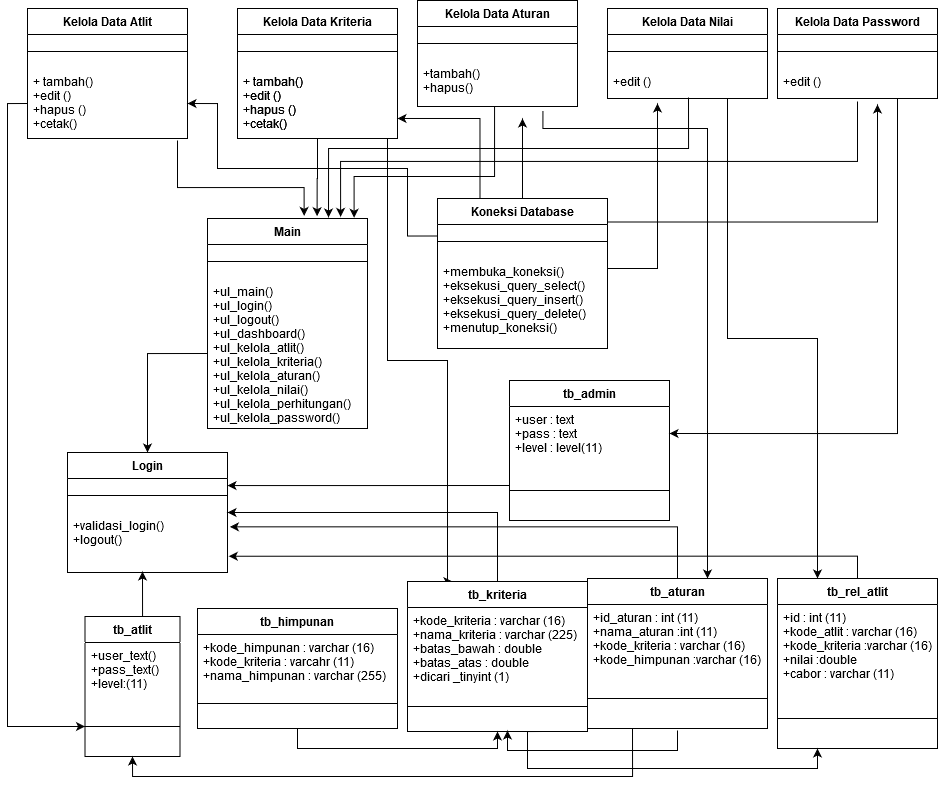
NuriCandrawati/nuri-resolusi keeps this draw.io diagram as Untitled Diagram.png. Above is the earlier version. Source tidied: cells renumbered, new cells last; positions are measured from the earlier drawing's top-left corner, leaving out a move shared by most shapes.
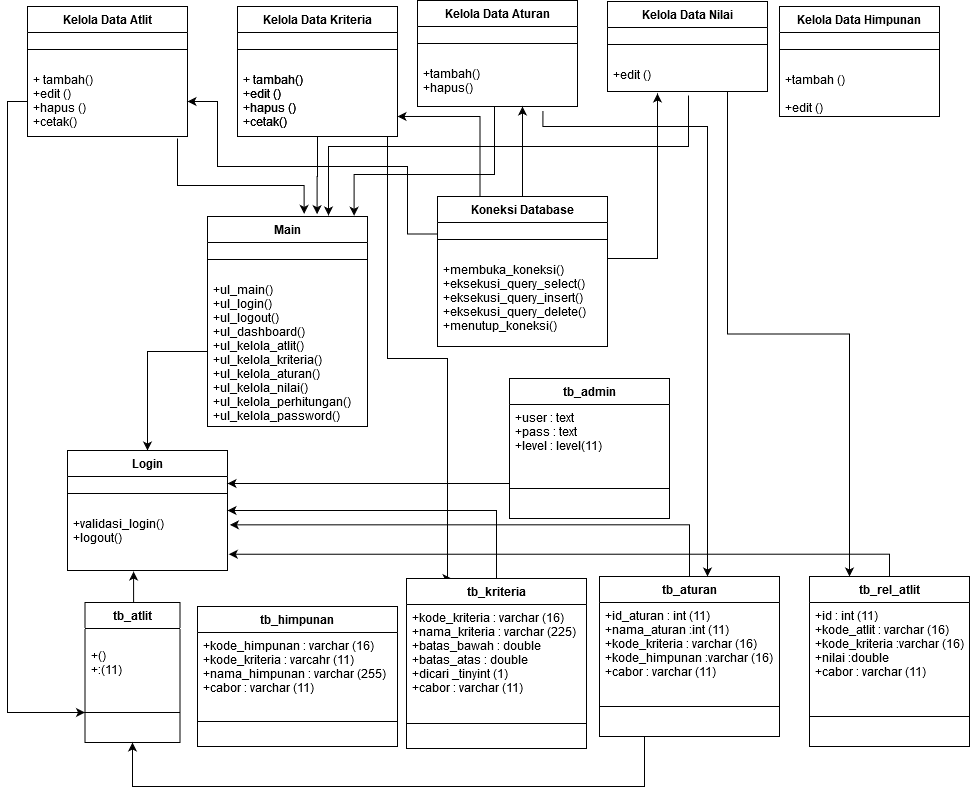
Later version of the same file.

Change to the diagram source:
```diff
@@ -46,7 +46,7 @@
       <mxGeometry relative="1" as="geometry" />
     </mxCell>
     <mxCell id="12" value="Kelola Data Nilai" style="swimlane;fontStyle=1;align=center;verticalAlign=top;horizontal=1;startSize=26;" parent="1" vertex="1">
-      <mxGeometry x="580" y="8" width="160" height="90" as="geometry" />
+      <mxGeometry x="580" y="3" width="160" height="90" as="geometry" />
     </mxCell>
     <mxCell id="13" style="line;strokeWidth=1;fillColor=none;align=left;verticalAlign=middle;spacingTop=-1;spacingLeft=3;spacingRight=3;labelPosition=right;" parent="12" vertex="1">
       <mxGeometry y="26" width="160" height="34" as="geometry" />
@@ -73,28 +73,6 @@
         </Array>
       </mxGeometry>
     </mxCell>
-    <mxCell id="17" style="edgeStyle=orthogonalEdgeStyle;rounded=0;orthogonalLoop=1;jettySize=auto;html=1;exitX=0.5;exitY=1;exitDx=0;exitDy=0;entryX=0.832;entryY=-0.022;entryDx=0;entryDy=0;entryPerimeter=0;" parent="1" edge="1">
-      <mxGeometry relative="1" as="geometry">
-        <mxPoint x="830" y="101" as="sourcePoint" />
-        <mxPoint x="313.1" y="216.4" as="targetPoint" />
-        <Array as="points">
-          <mxPoint x="830" y="161" />
-          <mxPoint x="313" y="161" />
-        </Array>
-      </mxGeometry>
-    </mxCell>
-    <mxCell id="18" style="edgeStyle=orthogonalEdgeStyle;rounded=0;jettySize=auto;html=1;exitX=0.75;exitY=1;exitDx=0;exitDy=0;entryX=1;entryY=0.5;entryDx=0;entryDy=0;" parent="1" edge="1" source="19" target="53">
-      <mxGeometry relative="1" as="geometry" />
-    </mxCell>
-    <mxCell id="19" value="Kelola Data Password" style="swimlane;fontStyle=1;align=center;verticalAlign=top;horizontal=1;startSize=26;" parent="1" vertex="1">
-      <mxGeometry x="750" y="8" width="160" height="90" as="geometry" />
-    </mxCell>
-    <mxCell id="20" style="line;strokeWidth=1;fillColor=none;align=left;verticalAlign=middle;spacingTop=-1;spacingLeft=3;spacingRight=3;labelPosition=right;" parent="19" vertex="1">
-      <mxGeometry y="26" width="160" height="34" as="geometry" />
-    </mxCell>
-    <mxCell id="21" value="+edit ()&#10; " style="text;strokeColor=none;fillColor=none;align=left;verticalAlign=top;spacingLeft=4;spacingRight=4;overflow=hidden;" parent="19" vertex="1">
-      <mxGeometry y="60" width="160" height="30" as="geometry" />
-    </mxCell>
     <mxCell id="22" value="Main" style="swimlane;fontStyle=1;align=center;verticalAlign=top;horizontal=1;startSize=26;" parent="1" vertex="1">
       <mxGeometry x="180" y="218" width="160" height="210" as="geometry" />
     </mxCell>
@@ -118,21 +96,15 @@
         </Array>
       </mxGeometry>
     </mxCell>
-    <mxCell id="28" style="edgeStyle=orthogonalEdgeStyle;rounded=0;orthogonalLoop=1;jettySize=auto;html=1;exitX=1;exitY=0.25;exitDx=0;exitDy=0;" parent="1" edge="1">
-      <mxGeometry relative="1" as="geometry">
-        <mxPoint x="580" y="221.5" as="sourcePoint" />
-        <mxPoint x="850" y="104" as="targetPoint" />
-      </mxGeometry>
-    </mxCell>
     <mxCell id="29" style="edgeStyle=orthogonalEdgeStyle;rounded=0;orthogonalLoop=1;jettySize=auto;html=1;exitX=1;exitY=0.5;exitDx=0;exitDy=0;" parent="1" edge="1">
       <mxGeometry relative="1" as="geometry">
-        <mxPoint x="580" y="268" as="sourcePoint" />
-        <mxPoint x="630" y="103" as="targetPoint" />
+        <mxPoint x="580" y="260" as="sourcePoint" />
+        <mxPoint x="630" y="95" as="targetPoint" />
       </mxGeometry>
     </mxCell>
     <mxCell id="30" style="edgeStyle=orthogonalEdgeStyle;rounded=0;jettySize=auto;html=1;exitX=0.5;exitY=0;exitDx=0;exitDy=0;" parent="1" edge="1" source="33">
       <mxGeometry relative="1" as="geometry">
-        <mxPoint x="495" y="118" as="targetPoint" />
+        <mxPoint x="495" y="108" as="targetPoint" />
       </mxGeometry>
     </mxCell>
     <mxCell id="31" style="edgeStyle=orthogonalEdgeStyle;rounded=0;jettySize=auto;html=1;exitX=0.25;exitY=0;exitDx=0;exitDy=0;entryX=1;entryY=0.714;entryDx=0;entryDy=0;entryPerimeter=0;" parent="1" edge="1" source="33" target="9">
@@ -161,32 +133,36 @@
       <mxGeometry relative="1" as="geometry" />
     </mxCell>
     <mxCell id="37" style="edgeStyle=orthogonalEdgeStyle;rounded=0;jettySize=auto;html=1;exitX=0.25;exitY=1;exitDx=0;exitDy=0;entryX=0.5;entryY=1;entryDx=0;entryDy=0;" parent="1" edge="1" source="39" target="63">
-      <mxGeometry relative="1" as="geometry" />
+      <mxGeometry relative="1" as="geometry">
+        <Array as="points">
+          <mxPoint x="617" y="788" />
+          <mxPoint x="105" y="788" />
+        </Array>
+      </mxGeometry>
     </mxCell>
-    <mxCell id="38" style="edgeStyle=orthogonalEdgeStyle;rounded=0;orthogonalLoop=1;jettySize=auto;html=1;" parent="1" edge="1">
-      <mxGeometry relative="1" as="geometry">
-        <mxPoint x="650" y="730" as="sourcePoint" />
-        <mxPoint x="480" y="730" as="targetPoint" />
-        <Array as="points">
-          <mxPoint x="650" y="750" />
-          <mxPoint x="480" y="750" />
-        </Array>
-      </mxGeometry>
-    </mxCell>
+    <mxCell id="72" value="Kelola Data Himpunan" style="swimlane;fontStyle=1;align=center;verticalAlign=top;horizontal=1;startSize=26;" parent="1" vertex="1">
+      <mxGeometry x="752" y="8" width="160" height="110" as="geometry" />
+    </mxCell>
+    <mxCell id="20" style="line;strokeWidth=1;fillColor=none;align=left;verticalAlign=middle;spacingTop=-1;spacingLeft=3;spacingRight=3;labelPosition=right;" parent="72" vertex="1">
+      <mxGeometry y="26" width="160" height="34" as="geometry" />
+    </mxCell>
+    <mxCell id="73" value="+tambah ()&#10;&#10;+edit () " style="text;strokeColor=none;fillColor=none;align=left;verticalAlign=top;spacingLeft=4;spacingRight=4;overflow=hidden;" parent="72" vertex="1">
+      <mxGeometry y="60" width="160" height="50" as="geometry" />
+    </mxCell>
     <mxCell id="39" value="tb_aturan" style="swimlane;fontStyle=1;align=center;verticalAlign=top;horizontal=1;startSize=26;" parent="1" vertex="1">
-      <mxGeometry x="560" y="578" width="180" height="150" as="geometry" />
+      <mxGeometry x="572" y="578" width="180" height="160" as="geometry" />
     </mxCell>
-    <mxCell id="40" value="+id_aturan : int (11)&#10;+nama_aturan :int (11)&#10;+kode_kriteria : varchar (16)&#10;+kode_himpunan :varchar (16)&#10;&#10;&#10;" style="text;strokeColor=none;fillColor=none;align=left;verticalAlign=top;spacingLeft=4;spacingRight=4;overflow=hidden;" parent="39" vertex="1">
-      <mxGeometry y="26" width="180" height="64" as="geometry" />
+    <mxCell id="40" value="+id_aturan : int (11)&#10;+nama_aturan :int (11)&#10;+kode_kriteria : varchar (16)&#10;+kode_himpunan :varchar (16)&#10;+cabor : varchar (11)&#10;&#10;&#10;" style="text;strokeColor=none;fillColor=none;align=left;verticalAlign=top;spacingLeft=4;spacingRight=4;overflow=hidden;" parent="39" vertex="1">
+      <mxGeometry y="26" width="180" height="74" as="geometry" />
     </mxCell>
     <mxCell id="41" style="line;strokeWidth=1;fillColor=none;align=left;verticalAlign=middle;spacingTop=-1;spacingLeft=3;spacingRight=3;labelPosition=right;" parent="39" vertex="1">
-      <mxGeometry y="90" width="180" height="60" as="geometry" />
+      <mxGeometry y="100" width="180" height="60" as="geometry" />
     </mxCell>
     <mxCell id="42" style="edgeStyle=orthogonalEdgeStyle;rounded=0;jettySize=auto;html=1;exitX=0.5;exitY=0;exitDx=0;exitDy=0;entryX=1.008;entryY=0.729;entryDx=0;entryDy=0;entryPerimeter=0;" parent="1" edge="1" source="43" target="57">
       <mxGeometry relative="1" as="geometry" />
     </mxCell>
     <mxCell id="43" value="tb_rel_atlit" style="swimlane;fontStyle=1;align=center;verticalAlign=top;horizontal=1;startSize=26;" parent="1" vertex="1">
-      <mxGeometry x="750" y="578" width="160" height="170" as="geometry" />
+      <mxGeometry x="782" y="578" width="160" height="170" as="geometry" />
     </mxCell>
     <mxCell id="44" value="+id : int (11)&#10;+kode_atlit : varchar (16)&#10;+kode_kriteria :varchar (16)&#10;+nilai :double&#10;+cabor : varchar (11)&#10;&#10;" style="text;strokeColor=none;fillColor=none;align=left;verticalAlign=top;spacingLeft=4;spacingRight=4;overflow=hidden;" parent="43" vertex="1">
       <mxGeometry y="26" width="160" height="84" as="geometry" />
@@ -197,25 +173,14 @@
     <mxCell id="46" style="edgeStyle=orthogonalEdgeStyle;rounded=0;jettySize=auto;html=1;exitX=0.5;exitY=0;exitDx=0;exitDy=0;entryX=1;entryY=0.5;entryDx=0;entryDy=0;" parent="1" edge="1" source="48" target="55">
       <mxGeometry relative="1" as="geometry" />
     </mxCell>
-    <mxCell id="47" style="edgeStyle=orthogonalEdgeStyle;rounded=0;orthogonalLoop=1;jettySize=auto;html=1;exitX=0.75;exitY=1;exitDx=0;exitDy=0;entryX=0.25;entryY=1;entryDx=0;entryDy=0;" parent="1" edge="1">
-      <mxGeometry relative="1" as="geometry">
-        <mxPoint x="515" y="731" as="sourcePoint" />
-        <mxPoint x="790" y="748" as="targetPoint" />
-        <Array as="points">
-          <mxPoint x="500" y="731" />
-          <mxPoint x="500" y="768" />
-          <mxPoint x="790" y="768" />
-        </Array>
-      </mxGeometry>
-    </mxCell>
     <mxCell id="48" value="tb_kriteria" style="swimlane;fontStyle=1;align=center;verticalAlign=top;horizontal=1;startSize=26;" parent="1" vertex="1">
-      <mxGeometry x="380" y="581" width="180" height="150" as="geometry" />
+      <mxGeometry x="379" y="580" width="180" height="170" as="geometry" />
     </mxCell>
-    <mxCell id="49" value="+kode_kriteria : varchar (16)&#10;+nama_kriteria : varchar (225)&#10;+batas_bawah : double&#10;+batas_atas : double&#10;+dicari _tinyint (1)&#10;&#10;&#10;" style="text;strokeColor=none;fillColor=none;align=left;verticalAlign=top;spacingLeft=4;spacingRight=4;overflow=hidden;" parent="48" vertex="1">
-      <mxGeometry y="26" width="180" height="74" as="geometry" />
+    <mxCell id="49" value="+kode_kriteria : varchar (16)&#10;+nama_kriteria : varchar (225)&#10;+batas_bawah : double&#10;+batas_atas : double&#10;+dicari _tinyint (1)&#10;+cabor : varchar (11)&#10;&#10;&#10;" style="text;strokeColor=none;fillColor=none;align=left;verticalAlign=top;spacingLeft=4;spacingRight=4;overflow=hidden;" parent="48" vertex="1">
+      <mxGeometry y="26" width="180" height="94" as="geometry" />
     </mxCell>
     <mxCell id="50" style="line;strokeWidth=1;fillColor=none;align=left;verticalAlign=middle;spacingTop=-1;spacingLeft=3;spacingRight=3;labelPosition=right;" parent="48" vertex="1">
-      <mxGeometry y="100" width="180" height="50" as="geometry" />
+      <mxGeometry y="120" width="180" height="50" as="geometry" />
     </mxCell>
     <mxCell id="51" style="edgeStyle=orthogonalEdgeStyle;rounded=0;jettySize=auto;html=1;exitX=0;exitY=0.75;exitDx=0;exitDy=0;" parent="1" edge="1" source="52" target="56">
       <mxGeometry relative="1" as="geometry">
@@ -243,43 +208,29 @@
     <mxCell id="57" value="+validasi_login()&#10;+logout()&#10;" style="text;strokeColor=none;fillColor=none;align=left;verticalAlign=top;spacingLeft=4;spacingRight=4;overflow=hidden;points=[[0,0.5],[1,0.5]];portConstraint=eastwest;" parent="55" vertex="1">
       <mxGeometry y="60" width="160" height="60" as="geometry" />
     </mxCell>
-    <mxCell id="58" style="edgeStyle=orthogonalEdgeStyle;rounded=0;orthogonalLoop=1;jettySize=auto;html=1;exitX=0.5;exitY=0;exitDx=0;exitDy=0;" parent="1" edge="1">
-      <mxGeometry relative="1" as="geometry">
-        <mxPoint x="120" y="619" as="sourcePoint" />
-        <mxPoint x="115" y="571" as="targetPoint" />
-        <Array as="points">
-          <mxPoint x="115" y="619" />
-        </Array>
-      </mxGeometry>
-    </mxCell>
-    <mxCell id="59" style="edgeStyle=orthogonalEdgeStyle;rounded=0;jettySize=auto;html=1;exitX=0.5;exitY=1;exitDx=0;exitDy=0;entryX=0.5;entryY=1;entryDx=0;entryDy=0;" parent="1" edge="1" source="60" target="48">
-      <mxGeometry relative="1" as="geometry">
-        <Array as="points">
-          <mxPoint x="275" y="748" />
-          <mxPoint x="460" y="748" />
-        </Array>
-      </mxGeometry>
-    </mxCell>
     <mxCell id="60" value="tb_himpunan" style="swimlane;fontStyle=1;align=center;verticalAlign=top;horizontal=1;startSize=26;" parent="1" vertex="1">
-      <mxGeometry x="170" y="608" width="200" height="120" as="geometry" />
+      <mxGeometry x="170" y="608" width="200" height="140" as="geometry" />
     </mxCell>
-    <mxCell id="61" value="+kode_himpunan : varchar (16)&#10;+kode_kriteria : varcahr (11)&#10;+nama_himpunan : varchar (255)&#10;&#10;" style="text;strokeColor=none;fillColor=none;align=left;verticalAlign=top;spacingLeft=4;spacingRight=4;overflow=hidden;" parent="60" vertex="1">
-      <mxGeometry y="26" width="200" height="44" as="geometry" />
+    <mxCell id="61" value="+kode_himpunan : varchar (16)&#10;+kode_kriteria : varcahr (11)&#10;+nama_himpunan : varchar (255)&#10;+cabor : varchar (11)&#10;&#10;" style="text;strokeColor=none;fillColor=none;align=left;verticalAlign=top;spacingLeft=4;spacingRight=4;overflow=hidden;" parent="60" vertex="1">
+      <mxGeometry y="26" width="200" height="64" as="geometry" />
     </mxCell>
     <mxCell id="62" style="line;strokeWidth=1;fillColor=none;align=left;verticalAlign=middle;spacingTop=-1;spacingLeft=3;spacingRight=3;labelPosition=right;" parent="60" vertex="1">
-      <mxGeometry y="70" width="200" height="50" as="geometry" />
+      <mxGeometry y="90" width="200" height="50" as="geometry" />
     </mxCell>
+    <mxCell id="74" style="edgeStyle=orthogonalEdgeStyle;rounded=0;jettySize=auto;html=1;exitX=0.5;exitY=0;exitDx=0;exitDy=0;entryX=0.413;entryY=1.017;entryDx=0;entryDy=0;entryPerimeter=0;" parent="1" edge="1" source="63" target="57">
+      <mxGeometry relative="1" as="geometry" />
+    </mxCell>
     <mxCell id="63" value="tb_atlit" style="swimlane;fontStyle=1;align=center;verticalAlign=top;horizontal=1;startSize=26;" parent="1" vertex="1">
-      <mxGeometry x="57.5" y="616" width="95" height="140" as="geometry" />
+      <mxGeometry x="57.5" y="604" width="95" height="140" as="geometry" />
     </mxCell>
-    <mxCell id="64" value="+user_text()&#10;+pass_text()&#10;+level:(11)&#10;&#10;&#10;" style="text;strokeColor=none;fillColor=none;align=left;verticalAlign=top;spacingLeft=4;spacingRight=4;overflow=hidden;" parent="63" vertex="1">
+    <mxCell id="64" value="&#10;+()&#10;+:(11)&#10;&#10;&#10;" style="text;strokeColor=none;fillColor=none;align=left;verticalAlign=top;spacingLeft=4;spacingRight=4;overflow=hidden;" parent="63" vertex="1">
       <mxGeometry y="26" width="95" height="54" as="geometry" />
     </mxCell>
     <mxCell id="65" style="line;strokeWidth=1;fillColor=none;align=left;verticalAlign=middle;spacingTop=-1;spacingLeft=3;spacingRight=3;labelPosition=right;points=[];portConstraint=eastwest;" parent="63" vertex="1">
       <mxGeometry y="80" width="95" height="60" as="geometry" />
     </mxCell>
     <mxCell id="66" value="Kelola Data Aturan" style="swimlane;fontStyle=1;align=center;verticalAlign=top;horizontal=1;startSize=26;" parent="1" vertex="1">
-      <mxGeometry x="390" width="160" height="106" as="geometry" />
+      <mxGeometry x="390" y="2" width="160" height="106" as="geometry" />
     </mxCell>
     <mxCell id="67" style="line;strokeWidth=1;fillColor=none;align=left;verticalAlign=middle;spacingTop=-1;spacingLeft=3;spacingRight=3;labelPosition=right;" parent="66" vertex="1">
       <mxGeometry y="26" width="160" height="34" as="geometry" />
```
